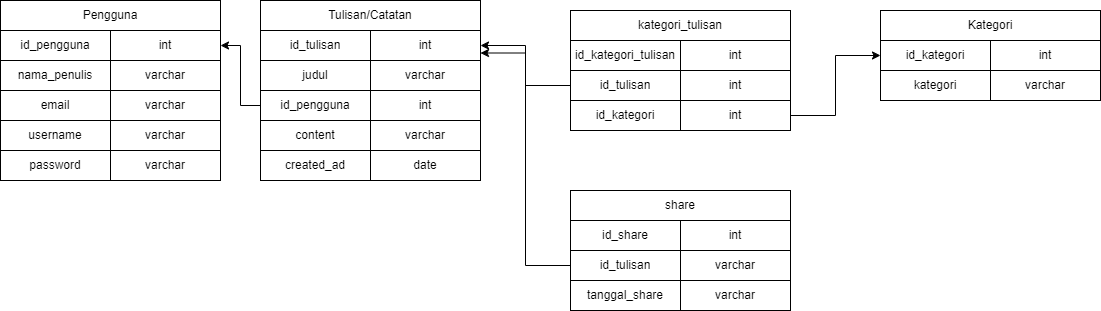
The draw.io diagram erd.drawio.png in meisyareptiana/design_database, before a commit. Source tidied: cells renumbered, new cells last; positions are measured from the earlier drawing's top-left corner, leaving out a move shared by most shapes. Source of this version:
```xml
<mxGraphModel>
  <root>
    <mxCell id="0" />
    <mxCell id="1" parent="0" />
    <mxCell id="2" value="Pengguna" style="rounded=0;whiteSpace=wrap;html=1;" parent="1" vertex="1">
      <mxGeometry width="220" height="30" as="geometry" />
    </mxCell>
    <mxCell id="3" value="id_pengguna" style="rounded=0;whiteSpace=wrap;html=1;" parent="1" vertex="1">
      <mxGeometry y="30" width="110" height="30" as="geometry" />
    </mxCell>
    <mxCell id="4" value="int" style="rounded=0;whiteSpace=wrap;html=1;" parent="1" vertex="1">
      <mxGeometry x="110" y="30" width="110" height="30" as="geometry" />
    </mxCell>
    <mxCell id="5" value="nama_penulis" style="rounded=0;whiteSpace=wrap;html=1;" parent="1" vertex="1">
      <mxGeometry y="60" width="110" height="30" as="geometry" />
    </mxCell>
    <mxCell id="6" value="varchar" style="rounded=0;whiteSpace=wrap;html=1;" parent="1" vertex="1">
      <mxGeometry x="110" y="60" width="110" height="30" as="geometry" />
    </mxCell>
    <mxCell id="7" value="Kategori" style="rounded=0;whiteSpace=wrap;html=1;" parent="1" vertex="1">
      <mxGeometry x="880" y="10" width="220" height="30" as="geometry" />
    </mxCell>
    <mxCell id="8" value="id_kategori" style="rounded=0;whiteSpace=wrap;html=1;" parent="1" vertex="1">
      <mxGeometry x="880" y="40" width="110" height="30" as="geometry" />
    </mxCell>
    <mxCell id="9" value="kategori" style="rounded=0;whiteSpace=wrap;html=1;" parent="1" vertex="1">
      <mxGeometry x="880" y="70" width="110" height="30" as="geometry" />
    </mxCell>
    <mxCell id="10" value="int" style="rounded=0;whiteSpace=wrap;html=1;" parent="1" vertex="1">
      <mxGeometry x="990" y="40" width="110" height="30" as="geometry" />
    </mxCell>
    <mxCell id="11" value="varchar" style="rounded=0;whiteSpace=wrap;html=1;" parent="1" vertex="1">
      <mxGeometry x="990" y="70" width="110" height="30" as="geometry" />
    </mxCell>
    <mxCell id="12" value="Tulisan/Catatan" style="rounded=0;whiteSpace=wrap;html=1;" parent="1" vertex="1">
      <mxGeometry x="260" width="220" height="30" as="geometry" />
    </mxCell>
    <mxCell id="13" value="id_tulisan" style="rounded=0;whiteSpace=wrap;html=1;" parent="1" vertex="1">
      <mxGeometry x="260" y="30" width="110" height="30" as="geometry" />
    </mxCell>
    <mxCell id="14" value="judul" style="rounded=0;whiteSpace=wrap;html=1;" parent="1" vertex="1">
      <mxGeometry x="260" y="60" width="110" height="30" as="geometry" />
    </mxCell>
    <mxCell id="15" style="edgeStyle=orthogonalEdgeStyle;rounded=0;jettySize=auto;html=1;exitX=0;exitY=0.5;exitDx=0;exitDy=0;entryX=1;entryY=0.5;entryDx=0;entryDy=0;" parent="1" edge="1" source="16" target="4">
      <mxGeometry relative="1" as="geometry" />
    </mxCell>
    <mxCell id="16" value="id_pengguna" style="rounded=0;whiteSpace=wrap;html=1;" parent="1" vertex="1">
      <mxGeometry x="260" y="90" width="110" height="30" as="geometry" />
    </mxCell>
    <mxCell id="17" value="content" style="rounded=0;whiteSpace=wrap;html=1;" parent="1" vertex="1">
      <mxGeometry x="260" y="120" width="110" height="30" as="geometry" />
    </mxCell>
    <mxCell id="18" value="int" style="rounded=0;whiteSpace=wrap;html=1;" parent="1" vertex="1">
      <mxGeometry x="370" y="30" width="110" height="30" as="geometry" />
    </mxCell>
    <mxCell id="19" value="varchar" style="rounded=0;whiteSpace=wrap;html=1;" parent="1" vertex="1">
      <mxGeometry x="370" y="60" width="110" height="30" as="geometry" />
    </mxCell>
    <mxCell id="20" value="int" style="rounded=0;whiteSpace=wrap;html=1;" parent="1" vertex="1">
      <mxGeometry x="370" y="90" width="110" height="30" as="geometry" />
    </mxCell>
    <mxCell id="21" value="varchar" style="rounded=0;whiteSpace=wrap;html=1;" parent="1" vertex="1">
      <mxGeometry x="370" y="120" width="110" height="30" as="geometry" />
    </mxCell>
    <mxCell id="22" value="email" style="rounded=0;whiteSpace=wrap;html=1;" parent="1" vertex="1">
      <mxGeometry y="90" width="110" height="30" as="geometry" />
    </mxCell>
    <mxCell id="23" value="varchar" style="rounded=0;whiteSpace=wrap;html=1;" parent="1" vertex="1">
      <mxGeometry x="110" y="90" width="110" height="30" as="geometry" />
    </mxCell>
    <mxCell id="24" value="username" style="rounded=0;whiteSpace=wrap;html=1;" parent="1" vertex="1">
      <mxGeometry y="120" width="110" height="30" as="geometry" />
    </mxCell>
    <mxCell id="25" value="password" style="rounded=0;whiteSpace=wrap;html=1;" parent="1" vertex="1">
      <mxGeometry y="150" width="110" height="30" as="geometry" />
    </mxCell>
    <mxCell id="26" value="varchar" style="rounded=0;whiteSpace=wrap;html=1;" parent="1" vertex="1">
      <mxGeometry x="110" y="120" width="110" height="30" as="geometry" />
    </mxCell>
    <mxCell id="27" value="varchar" style="rounded=0;whiteSpace=wrap;html=1;" parent="1" vertex="1">
      <mxGeometry x="110" y="150" width="110" height="30" as="geometry" />
    </mxCell>
    <mxCell id="28" value="created_ad" style="rounded=0;whiteSpace=wrap;html=1;" parent="1" vertex="1">
      <mxGeometry x="260" y="150" width="110" height="30" as="geometry" />
    </mxCell>
    <mxCell id="29" value="date" style="rounded=0;whiteSpace=wrap;html=1;" parent="1" vertex="1">
      <mxGeometry x="370" y="150" width="110" height="30" as="geometry" />
    </mxCell>
    <mxCell id="30" value="kategori_tulisan" style="rounded=0;whiteSpace=wrap;html=1;" parent="1" vertex="1">
      <mxGeometry x="570" y="10" width="220" height="30" as="geometry" />
    </mxCell>
    <mxCell id="31" value="id_kategori_tulisan" style="rounded=0;whiteSpace=wrap;html=1;" parent="1" vertex="1">
      <mxGeometry x="570" y="40" width="110" height="30" as="geometry" />
    </mxCell>
    <mxCell id="32" style="edgeStyle=orthogonalEdgeStyle;rounded=0;jettySize=auto;html=1;exitX=0;exitY=0.5;exitDx=0;exitDy=0;entryX=1;entryY=0.5;entryDx=0;entryDy=0;" parent="1" edge="1" source="33" target="18">
      <mxGeometry relative="1" as="geometry" />
    </mxCell>
    <mxCell id="33" value="id_tulisan" style="rounded=0;whiteSpace=wrap;html=1;" parent="1" vertex="1">
      <mxGeometry x="570" y="70" width="110" height="30" as="geometry" />
    </mxCell>
    <mxCell id="34" value="int" style="rounded=0;whiteSpace=wrap;html=1;" parent="1" vertex="1">
      <mxGeometry x="680" y="40" width="110" height="30" as="geometry" />
    </mxCell>
    <mxCell id="35" value="int" style="rounded=0;whiteSpace=wrap;html=1;" parent="1" vertex="1">
      <mxGeometry x="680" y="70" width="110" height="30" as="geometry" />
    </mxCell>
    <mxCell id="36" value="id_kategori" style="rounded=0;whiteSpace=wrap;html=1;" parent="1" vertex="1">
      <mxGeometry x="570" y="100" width="110" height="30" as="geometry" />
    </mxCell>
    <mxCell id="37" style="edgeStyle=orthogonalEdgeStyle;rounded=0;jettySize=auto;html=1;exitX=1;exitY=0.5;exitDx=0;exitDy=0;entryX=0;entryY=0.5;entryDx=0;entryDy=0;" parent="1" edge="1" source="38" target="8">
      <mxGeometry relative="1" as="geometry" />
    </mxCell>
    <mxCell id="38" value="int&lt;br&gt;" style="rounded=0;whiteSpace=wrap;html=1;" parent="1" vertex="1">
      <mxGeometry x="680" y="100" width="110" height="30" as="geometry" />
    </mxCell>
    <mxCell id="39" value="share" style="rounded=0;whiteSpace=wrap;html=1;" parent="1" vertex="1">
      <mxGeometry x="570" y="190" width="220" height="30" as="geometry" />
    </mxCell>
    <mxCell id="40" value="id_share" style="rounded=0;whiteSpace=wrap;html=1;" parent="1" vertex="1">
      <mxGeometry x="570" y="220" width="110" height="30" as="geometry" />
    </mxCell>
    <mxCell id="41" style="edgeStyle=orthogonalEdgeStyle;rounded=0;jettySize=auto;html=1;exitX=0;exitY=0.5;exitDx=0;exitDy=0;entryX=1;entryY=0.75;entryDx=0;entryDy=0;" parent="1" edge="1" source="42" target="18">
      <mxGeometry relative="1" as="geometry" />
    </mxCell>
    <mxCell id="42" value="id_tulisan" style="rounded=0;whiteSpace=wrap;html=1;" parent="1" vertex="1">
      <mxGeometry x="570" y="250" width="110" height="30" as="geometry" />
    </mxCell>
    <mxCell id="43" value="int" style="rounded=0;whiteSpace=wrap;html=1;" parent="1" vertex="1">
      <mxGeometry x="680" y="220" width="110" height="30" as="geometry" />
    </mxCell>
    <mxCell id="44" value="varchar" style="rounded=0;whiteSpace=wrap;html=1;" parent="1" vertex="1">
      <mxGeometry x="680" y="250" width="110" height="30" as="geometry" />
    </mxCell>
    <mxCell id="45" value="tanggal_share" style="rounded=0;whiteSpace=wrap;html=1;" parent="1" vertex="1">
      <mxGeometry x="570" y="280" width="110" height="30" as="geometry" />
    </mxCell>
    <mxCell id="46" value="varchar" style="rounded=0;whiteSpace=wrap;html=1;" parent="1" vertex="1">
      <mxGeometry x="680" y="280" width="110" height="30" as="geometry" />
    </mxCell>
  </root>
</mxGraphModel>
```
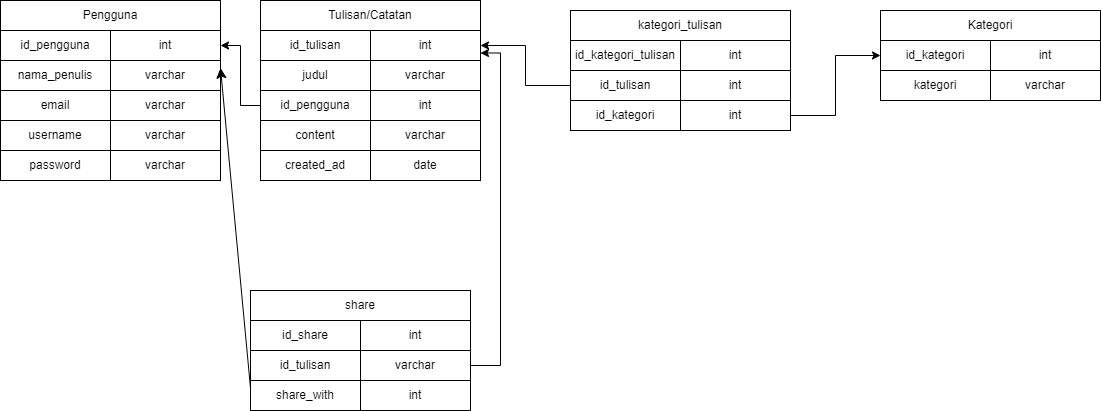
After the commit.

The edit, as a diff of the source:
```diff
@@ -114,28 +114,36 @@
       <mxGeometry x="680" y="100" width="110" height="30" as="geometry" />
     </mxCell>
     <mxCell id="39" value="share" style="rounded=0;whiteSpace=wrap;html=1;" parent="1" vertex="1">
-      <mxGeometry x="570" y="190" width="220" height="30" as="geometry" />
+      <mxGeometry x="250" y="290" width="220" height="30" as="geometry" />
     </mxCell>
     <mxCell id="40" value="id_share" style="rounded=0;whiteSpace=wrap;html=1;" parent="1" vertex="1">
-      <mxGeometry x="570" y="220" width="110" height="30" as="geometry" />
+      <mxGeometry x="250" y="320" width="110" height="30" as="geometry" />
     </mxCell>
     <mxCell id="41" style="edgeStyle=orthogonalEdgeStyle;rounded=0;jettySize=auto;html=1;exitX=0;exitY=0.5;exitDx=0;exitDy=0;entryX=1;entryY=0.75;entryDx=0;entryDy=0;" parent="1" edge="1" source="42" target="18">
-      <mxGeometry relative="1" as="geometry" />
+      <mxGeometry relative="1" as="geometry">
+        <Array as="points">
+          <mxPoint x="500" y="365" />
+          <mxPoint x="500" y="53" />
+        </Array>
+      </mxGeometry>
     </mxCell>
     <mxCell id="42" value="id_tulisan" style="rounded=0;whiteSpace=wrap;html=1;" parent="1" vertex="1">
-      <mxGeometry x="570" y="250" width="110" height="30" as="geometry" />
+      <mxGeometry x="250" y="350" width="110" height="30" as="geometry" />
     </mxCell>
     <mxCell id="43" value="int" style="rounded=0;whiteSpace=wrap;html=1;" parent="1" vertex="1">
-      <mxGeometry x="680" y="220" width="110" height="30" as="geometry" />
+      <mxGeometry x="360" y="320" width="110" height="30" as="geometry" />
     </mxCell>
     <mxCell id="44" value="varchar" style="rounded=0;whiteSpace=wrap;html=1;" parent="1" vertex="1">
-      <mxGeometry x="680" y="250" width="110" height="30" as="geometry" />
+      <mxGeometry x="360" y="350" width="110" height="30" as="geometry" />
     </mxCell>
+    <mxCell id="47" style="edgeStyle=none;curved=1;rounded=0;jettySize=auto;html=1;exitX=0;exitY=0.25;exitDx=0;exitDy=0;entryX=1;entryY=0.25;entryDx=0;entryDy=0;fontSize=12;startSize=8;endSize=8;" parent="1" edge="1" source="45" target="6">
+      <mxGeometry relative="1" as="geometry" />
+    </mxCell>
-    <mxCell id="45" value="tanggal_share" style="rounded=0;whiteSpace=wrap;html=1;" parent="1" vertex="1">
-      <mxGeometry x="570" y="280" width="110" height="30" as="geometry" />
+    <mxCell id="45" value="share_with" style="rounded=0;whiteSpace=wrap;html=1;" parent="1" vertex="1">
+      <mxGeometry x="250" y="380" width="110" height="30" as="geometry" />
     </mxCell>
-    <mxCell id="46" value="varchar" style="rounded=0;whiteSpace=wrap;html=1;" parent="1" vertex="1">
-      <mxGeometry x="680" y="280" width="110" height="30" as="geometry" />
+    <mxCell id="46" value="int" style="rounded=0;whiteSpace=wrap;html=1;" parent="1" vertex="1">
+      <mxGeometry x="360" y="380" width="110" height="30" as="geometry" />
     </mxCell>
   </root>
 </mxGraphModel>
```
